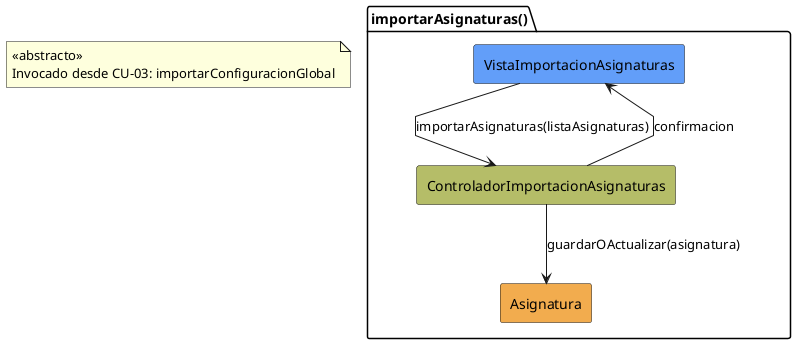
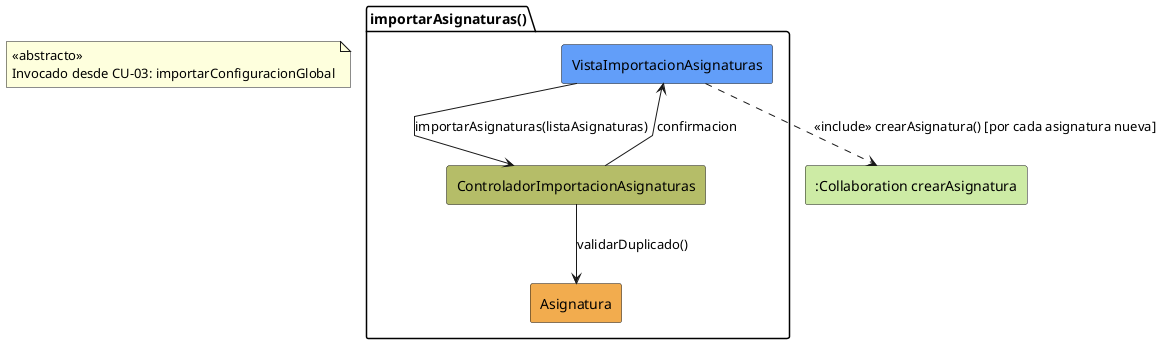
- ﻿@startuml importarAsignaturas-analisis
+ @startuml importarAsignaturas-analisis
skinparam linetype polyline

note "<<abstracto>>\nInvocado desde CU-03: importarConfiguracionGlobal" as N1
+ 
+ rectangle #CDEBA5 ":Collaboration crearAsignatura" as ColCrearAsig
+ 
package importarAsignaturas as "importarAsignaturas()" {
    rectangle #629EF9 VistaImportacionAsignaturas
    rectangle #b5bd68 ControladorImportacionAsignaturas
    rectangle #F2AC4E Asignatura
}

VistaImportacionAsignaturas -d-> ControladorImportacionAsignaturas: importarAsignaturas(listaAsignaturas)
- ControladorImportacionAsignaturas --> Asignatura: guardarOActualizar(asignatura)
+ ControladorImportacionAsignaturas --> Asignatura: validarDuplicado()
ControladorImportacionAsignaturas --> VistaImportacionAsignaturas: confirmacion

- @enduml+ VistaImportacionAsignaturas ..> ColCrearAsig: <<include>> crearAsignatura() [por cada asignatura nueva]
+ 
+ @enduml
